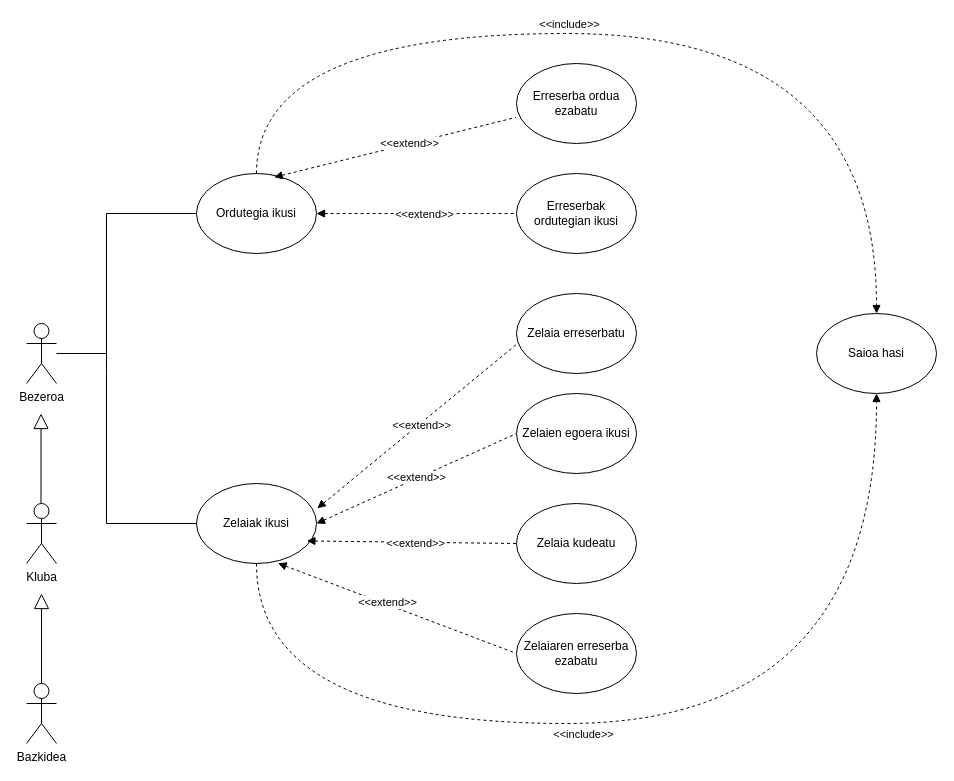
This is C#/Diagramak/C_ErabilpenKasuDiagrama.drawio from iguisado228/3Erronka, a draw.io file, before an edit. Source tidied: cells renumbered, new cells numbered last; positions are measured from the earlier drawing's top-left corner, leaving out a move shared by most shapes. Both pictures are drawn from the tidied source at 100%, with x=0, y=0 at pixel (26, 33).
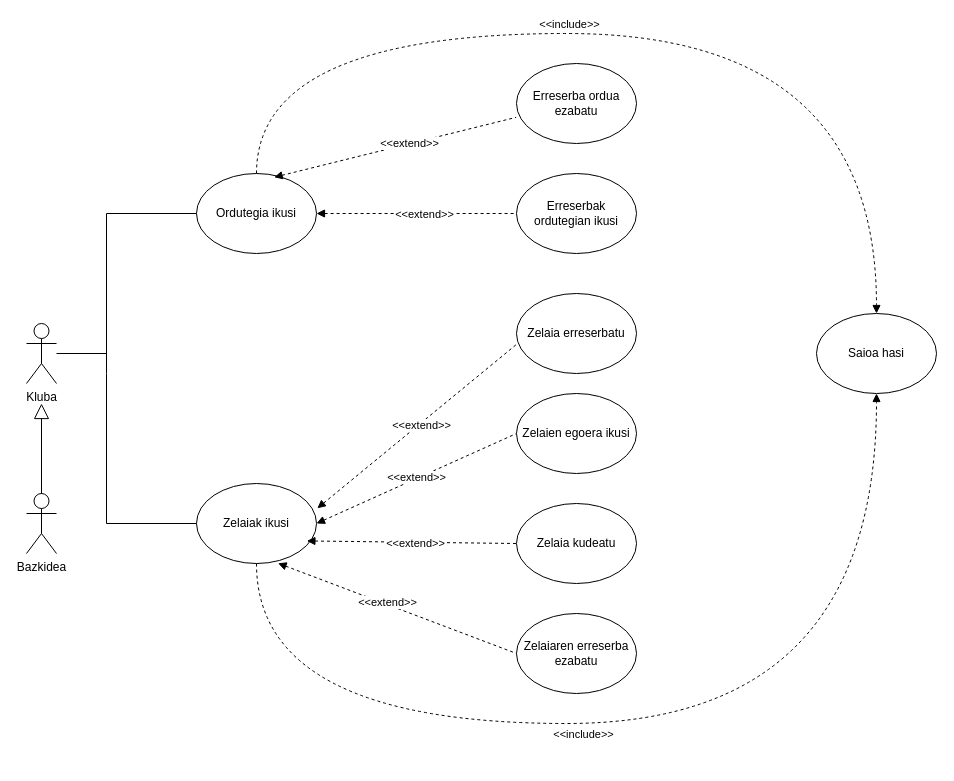
Above is the later version.

The edit, as a diff of the source:
```diff
@@
-    <mxCell id="2" value="Bezeroa" style="shape=umlActor;verticalLabelPosition=bottom;verticalAlign=top;html=1;outlineConnect=0;" parent="1" vertex="1">
-      <mxGeometry y="290" width="30" height="60" as="geometry" />
-    </mxCell>
@@
-    <mxCell id="27" style="endArrow=none;html=1;rounded=0;" parent="1" edge="1" source="2">
+    <mxCell id="27" style="endArrow=none;html=1;rounded=0;" parent="1" edge="1">
       <mxGeometry relative="1" as="geometry">
+        <mxPoint x="30" y="320" as="sourcePoint" />
         <mxPoint x="80" y="320" as="targetPoint" />
       </mxGeometry>
     </mxCell>
@@
     <mxCell id="33" value="Bazkidea" style="shape=umlActor;verticalLabelPosition=bottom;verticalAlign=top;html=1;outlineConnect=0;" parent="1" vertex="1">
-      <mxGeometry y="650" width="30" height="60" as="geometry" />
+      <mxGeometry y="460" width="30" height="60" as="geometry" />
     </mxCell>
     <mxCell id="34" value="Kluba" style="shape=umlActor;verticalLabelPosition=bottom;verticalAlign=top;html=1;" parent="1" vertex="1">
-      <mxGeometry y="470" width="30" height="60" as="geometry" />
+      <mxGeometry y="290" width="30" height="60" as="geometry" />
     </mxCell>
     <mxCell id="35" style="endArrow=block;html=1;rounded=0;endFill=0;strokeWidth=1;endSize=13;exitX=0.5;exitY=0;exitDx=0;exitDy=0;exitPerimeter=0;" parent="1" edge="1" source="33">
       <mxGeometry relative="1" as="geometry">
-        <mxPoint x="15" y="560" as="targetPoint" />
+        <mxPoint x="15" y="370" as="targetPoint" />
       </mxGeometry>
     </mxCell>
-    <mxCell id="36" style="endArrow=block;html=1;rounded=0;endFill=0;strokeWidth=1;endSize=13;exitX=0.5;exitY=0;exitDx=0;exitDy=0;exitPerimeter=0;" parent="1" edge="1">
-      <mxGeometry relative="1" as="geometry">
-        <mxPoint x="14.5" y="470" as="sourcePoint" />
-        <mxPoint x="14.5" y="380" as="targetPoint" />
-      </mxGeometry>
-    </mxCell>
```
